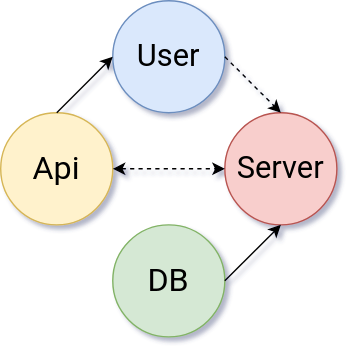
The draw.io diagram assets/circles.drawio.svg in AlbatovK/KQuiz, before a commit. Source tidied: cells renumbered, new cells last; positions are measured from the earlier drawing's top-left corner, leaving out a move shared by most shapes.
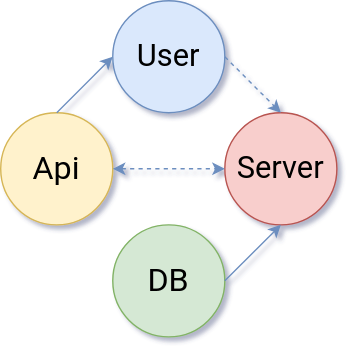
The same diagram one commit later.

Commit message:
:art: Assets fix # 5

What changed in the source:
```diff
@@ -14,16 +14,16 @@
     <mxCell id="5" value="DB" style="ellipse;whiteSpace=wrap;html=1;fontSize=23;fontFamily=Roboto;fontSource=https%3A%2F%2Ffonts.googleapis.com%2Fcss%3Ffamily%3DRoboto;fillColor=#d5e8d4;strokeColor=#82b366;" parent="1" vertex="1">
       <mxGeometry x="80" y="160" width="80" height="80" as="geometry" />
     </mxCell>
-    <mxCell id="6" style="endArrow=classic;html=1;rounded=0;exitX=0.5;exitY=0;exitDx=0;exitDy=0;entryX=0;entryY=0.5;entryDx=0;entryDy=0;" parent="1" edge="1" source="3" target="2">
+    <mxCell id="6" style="endArrow=classic;html=1;rounded=0;exitX=0.5;exitY=0;exitDx=0;exitDy=0;entryX=0;entryY=0.5;entryDx=0;entryDy=0;fillColor=#dae8fc;strokeColor=#6c8ebf;" parent="1" edge="1" source="3" target="2">
       <mxGeometry relative="1" as="geometry" />
     </mxCell>
-    <mxCell id="7" style="endArrow=classic;html=1;rounded=0;exitX=1;exitY=0.5;exitDx=0;exitDy=0;entryX=0.5;entryY=0;entryDx=0;entryDy=0;dashed=1;" parent="1" edge="1" source="2" target="4">
+    <mxCell id="7" style="endArrow=classic;html=1;rounded=0;exitX=1;exitY=0.5;exitDx=0;exitDy=0;entryX=0.5;entryY=0;entryDx=0;entryDy=0;dashed=1;fillColor=#dae8fc;strokeColor=#6c8ebf;" parent="1" edge="1" source="2" target="4">
       <mxGeometry relative="1" as="geometry" />
     </mxCell>
-    <mxCell id="8" style="endArrow=classic;startArrow=classic;html=1;rounded=0;dashed=1;fontFamily=Roboto;fontSource=https%3A%2F%2Ffonts.googleapis.com%2Fcss%3Ffamily%3DRoboto;fontSize=23;exitX=1;exitY=0.5;exitDx=0;exitDy=0;entryX=0;entryY=0.5;entryDx=0;entryDy=0;" parent="1" edge="1" source="3" target="4">
+    <mxCell id="8" style="endArrow=classic;startArrow=classic;html=1;rounded=0;dashed=1;fontFamily=Roboto;fontSource=https%3A%2F%2Ffonts.googleapis.com%2Fcss%3Ffamily%3DRoboto;fontSize=23;exitX=1;exitY=0.5;exitDx=0;exitDy=0;entryX=0;entryY=0.5;entryDx=0;entryDy=0;fillColor=#dae8fc;strokeColor=#6c8ebf;" parent="1" edge="1" source="3" target="4">
       <mxGeometry relative="1" as="geometry" />
     </mxCell>
-    <mxCell id="9" style="endArrow=classic;html=1;rounded=0;fontFamily=Roboto;fontSource=https%3A%2F%2Ffonts.googleapis.com%2Fcss%3Ffamily%3DRoboto;fontSize=23;entryX=0.5;entryY=1;entryDx=0;entryDy=0;exitX=1;exitY=0.5;exitDx=0;exitDy=0;" parent="1" edge="1" source="5" target="4">
+    <mxCell id="9" style="endArrow=classic;html=1;rounded=0;fontFamily=Roboto;fontSource=https%3A%2F%2Ffonts.googleapis.com%2Fcss%3Ffamily%3DRoboto;fontSize=23;entryX=0.5;entryY=1;entryDx=0;entryDy=0;exitX=1;exitY=0.5;exitDx=0;exitDy=0;fillColor=#dae8fc;strokeColor=#6c8ebf;" parent="1" edge="1" source="5" target="4">
       <mxGeometry relative="1" as="geometry" />
     </mxCell>
   </root>
```
